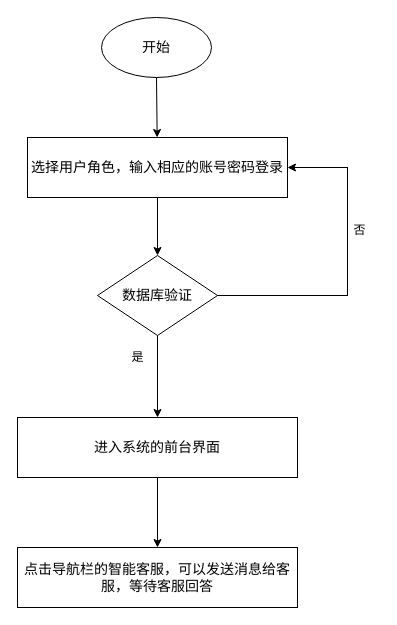
Earlier version of the draw.io diagram 整体ER图.drawio (000Ljx/Endorphins). Source tidied: cells renumbered, new cells numbered last; positions are measured from the earlier drawing's top-left corner, leaving out a move shared by most shapes. Both pictures are drawn from the tidied source at 100%, with x=0, y=0 at pixel (17, 17).
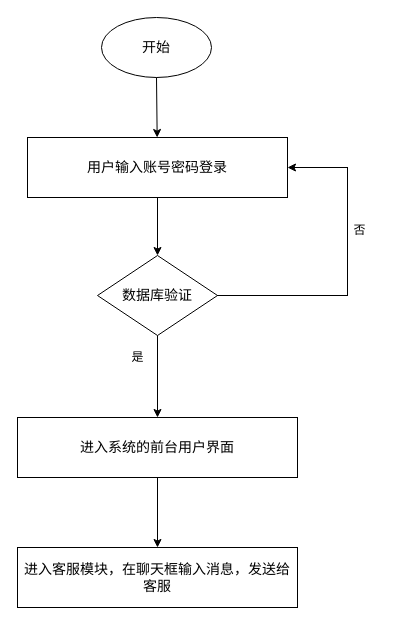
The same diagram, later.

Commit message:
更新整体ER图.drawio

What changed in the source:
```diff
@@
 <mxGraphModel>
   <root>
     <mxCell id="0" />
     <mxCell id="1" parent="0" />
     <mxCell id="2" value="&lt;font style=&quot;font-size: 14px;&quot;&gt;开始&lt;/font&gt;" style="ellipse;whiteSpace=wrap;html=1;" parent="1" vertex="1">
       <mxGeometry x="84" width="110" height="60" as="geometry" />
     </mxCell>
-    <mxCell id="3" value="&lt;font style=&quot;font-size: 14px;&quot;&gt;选择用户角色，输入相应的账号密码登录&lt;/font&gt;" style="rounded=0;whiteSpace=wrap;html=1;" parent="1" vertex="1">
+    <mxCell id="3" value="&lt;span style=&quot;font-size: 14px;&quot;&gt;用户输入账号密码登录&lt;/span&gt;" style="rounded=0;whiteSpace=wrap;html=1;" parent="1" vertex="1">
       <mxGeometry x="10" y="120" width="260" height="60" as="geometry" />
     </mxCell>
     <mxCell id="4" style="endArrow=classic;html=1;rounded=0;exitX=0.5;exitY=1;exitDx=0;exitDy=0;" parent="1" edge="1" source="2" target="3">
       <mxGeometry relative="1" as="geometry" />
     </mxCell>
     <mxCell id="5" value="&lt;font style=&quot;font-size: 14px;&quot;&gt;数据库验证&lt;/font&gt;" style="rhombus;whiteSpace=wrap;html=1;" parent="1" vertex="1">
       <mxGeometry x="80" y="238" width="120" height="80" as="geometry" />
     </mxCell>
     <mxCell id="6" style="endArrow=classic;html=1;rounded=0;entryX=0.5;entryY=0;entryDx=0;entryDy=0;exitX=0.5;exitY=1;exitDx=0;exitDy=0;" parent="1" edge="1" source="3" target="5">
       <mxGeometry relative="1" as="geometry" />
     </mxCell>
     <mxCell id="7" value="是" style="text;html=1;align=center;verticalAlign=middle;strokeColor=none;fillColor=none;" parent="1" vertex="1">
       <mxGeometry x="100" y="325" width="40" height="30" as="geometry" />
     </mxCell>
     <mxCell id="8" style="endArrow=classic;html=1;rounded=0;entryX=1;entryY=0.5;entryDx=0;entryDy=0;" parent="1" edge="1" target="3">
       <mxGeometry relative="1" as="geometry">
         <mxPoint x="330" y="150" as="sourcePoint" />
       </mxGeometry>
     </mxCell>
     <mxCell id="9" style="shape=partialRectangle;whiteSpace=wrap;html=1;bottom=0;right=0;fillColor=none;rotation=-180;" parent="1" vertex="1">
       <mxGeometry x="200" y="150" width="130" height="128" as="geometry" />
     </mxCell>
     <mxCell id="10" value="否" style="text;html=1;align=center;verticalAlign=middle;strokeColor=none;fillColor=none;" parent="1" vertex="1">
       <mxGeometry x="322" y="198" width="40" height="30" as="geometry" />
     </mxCell>
     <mxCell id="11" style="endArrow=classic;html=1;rounded=0;exitX=0.5;exitY=1;exitDx=0;exitDy=0;entryX=0.5;entryY=0;entryDx=0;entryDy=0;entryPerimeter=0;" parent="1" edge="1" source="5" target="12">
       <mxGeometry relative="1" as="geometry" />
     </mxCell>
-    <mxCell id="12" value="&lt;span style=&quot;font-size: 14px;&quot;&gt;进入系统的前台界面&lt;/span&gt;" style="rounded=0;whiteSpace=wrap;html=1;" parent="1" vertex="1">
+    <mxCell id="12" value="&lt;span style=&quot;font-size: 14px;&quot;&gt;进入系统的前台用户界面&lt;/span&gt;" style="rounded=0;whiteSpace=wrap;html=1;" parent="1" vertex="1">
       <mxGeometry y="400" width="280" height="60" as="geometry" />
     </mxCell>
     <mxCell id="13" style="endArrow=classic;html=1;rounded=0;exitX=0.5;exitY=1;exitDx=0;exitDy=0;entryX=0.5;entryY=0;entryDx=0;entryDy=0;" parent="1" edge="1" source="12" target="14">
       <mxGeometry relative="1" as="geometry" />
     </mxCell>
-    <mxCell id="14" value="&lt;span style=&quot;font-size: 14px;&quot;&gt;点击导航栏的智能客服，可以发送消息给客服，等待客服回答&lt;/span&gt;" style="rounded=0;whiteSpace=wrap;html=1;" parent="1" vertex="1">
+    <mxCell id="14" value="&lt;span style=&quot;font-size: 14px;&quot;&gt;进入客服模块，在聊天框输入消息，发送给客服&lt;/span&gt;" style="rounded=0;whiteSpace=wrap;html=1;" parent="1" vertex="1">
       <mxGeometry y="530" width="280" height="60" as="geometry" />
     </mxCell>
   </root>
 </mxGraphModel>
```
